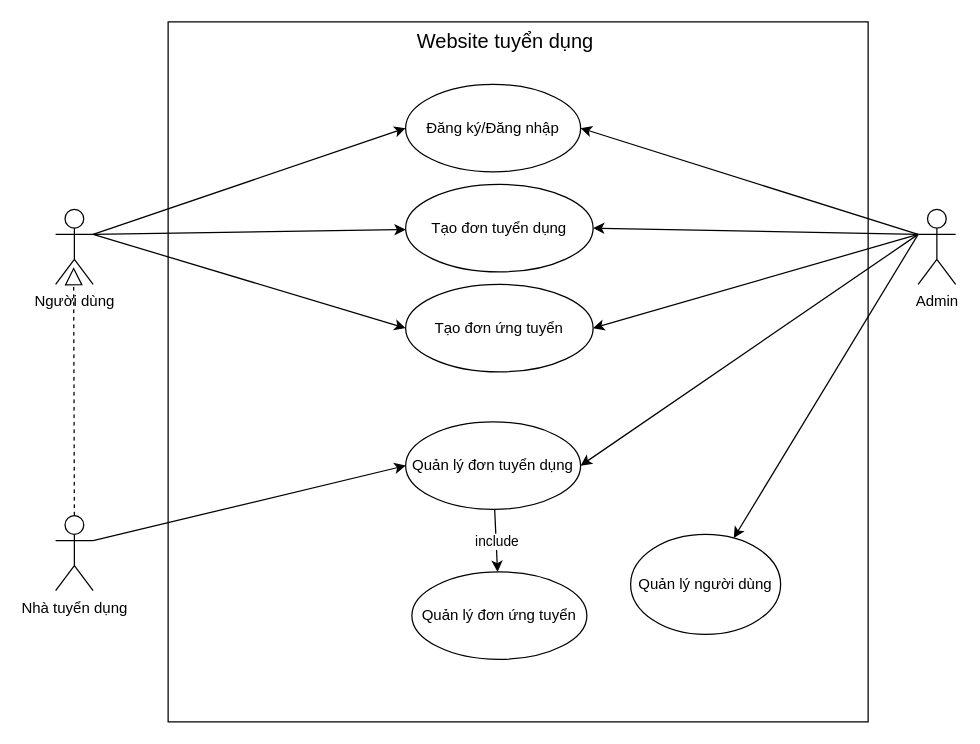
Earlier version of the draw.io diagram DacTaUSECASE.drawio (LeeTaDa/LeTatDat). Source tidied: cells renumbered, new cells numbered last; positions are measured from the earlier drawing's top-left corner, leaving out a move shared by most shapes. Both pictures are drawn from the tidied source at 125%, with x=0, y=0 at pixel (55, 21).
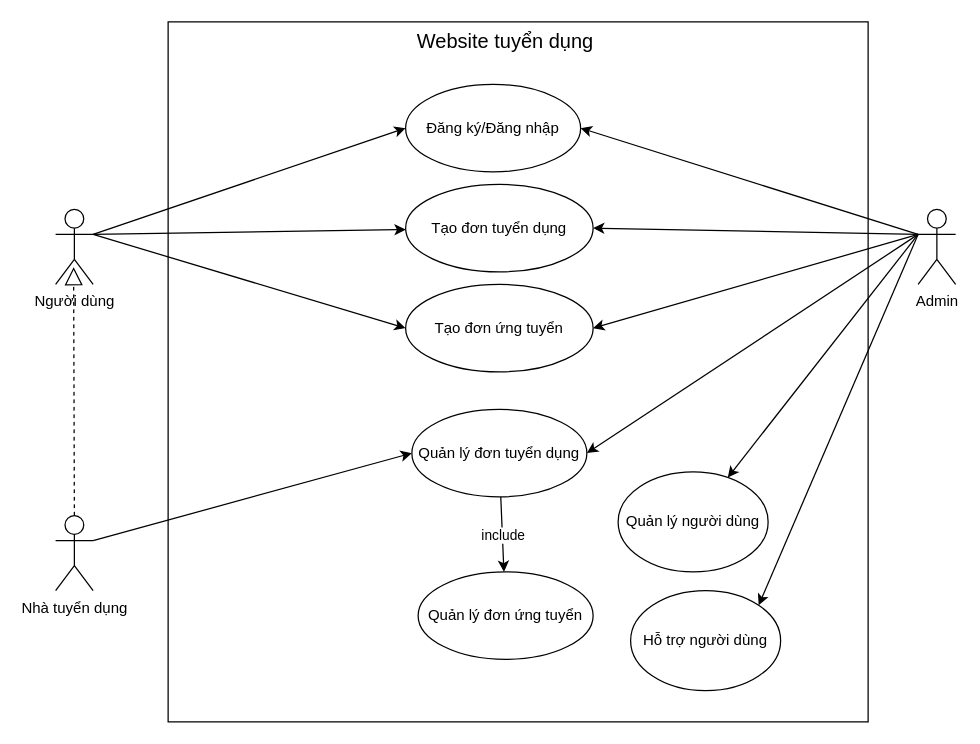
The same diagram, later.

The change refers to these unchanged cells:
```xml
<mxCell id="22" value="Admin" style="shape=umlActor;verticalLabelPosition=bottom;verticalAlign=top;html=1;outlineConnect=0;" parent="1" vertex="1">
  <mxGeometry x="690" y="150" width="30" height="60" as="geometry" />
</mxCell>
```

Diff of the diagram source:
```diff
@@
     <mxCell id="11" value="Quản lý đơn tuyển dụng" style="ellipse;whiteSpace=wrap;html=1;" parent="1" vertex="1">
-      <mxGeometry x="280" y="320" width="140" height="70" as="geometry" />
+      <mxGeometry x="285" y="310" width="140" height="70" as="geometry" />
     </mxCell>
     <mxCell id="12" value="Quản lý đơn ứng tuyển" style="ellipse;whiteSpace=wrap;html=1;" parent="1" vertex="1">
-      <mxGeometry x="285" y="440" width="140" height="70" as="geometry" />
+      <mxGeometry x="290" y="440" width="140" height="70" as="geometry" />
     </mxCell>
@@
     <mxCell id="23" value="Quản lý người dùng" style="ellipse;whiteSpace=wrap;html=1;" parent="1" vertex="1">
-      <mxGeometry x="460" y="410" width="120" height="80" as="geometry" />
+      <mxGeometry x="450" y="360" width="120" height="80" as="geometry" />
     </mxCell>
@@
+    <mxCell id="25" value="Hỗ trợ người dùng" style="ellipse;whiteSpace=wrap;html=1;" parent="1" vertex="1">
+      <mxGeometry x="460" y="455" width="120" height="80" as="geometry" />
+    </mxCell>
+    <mxCell id="26" style="rounded=0;jettySize=auto;html=1;strokeColor=none;exitX=0;exitY=0.3333333333333333;exitDx=0;exitDy=0;exitPerimeter=0;" parent="1" edge="1" source="22" target="25">
+      <mxGeometry relative="1" as="geometry" />
+    </mxCell>
+    <mxCell id="27" style="rounded=0;jettySize=auto;html=1;exitX=0;exitY=0.3333333333333333;exitDx=0;exitDy=0;exitPerimeter=0;entryX=1;entryY=0;entryDx=0;entryDy=0;" parent="1" edge="1" source="22" target="25">
+      <mxGeometry relative="1" as="geometry" />
+    </mxCell>
```
